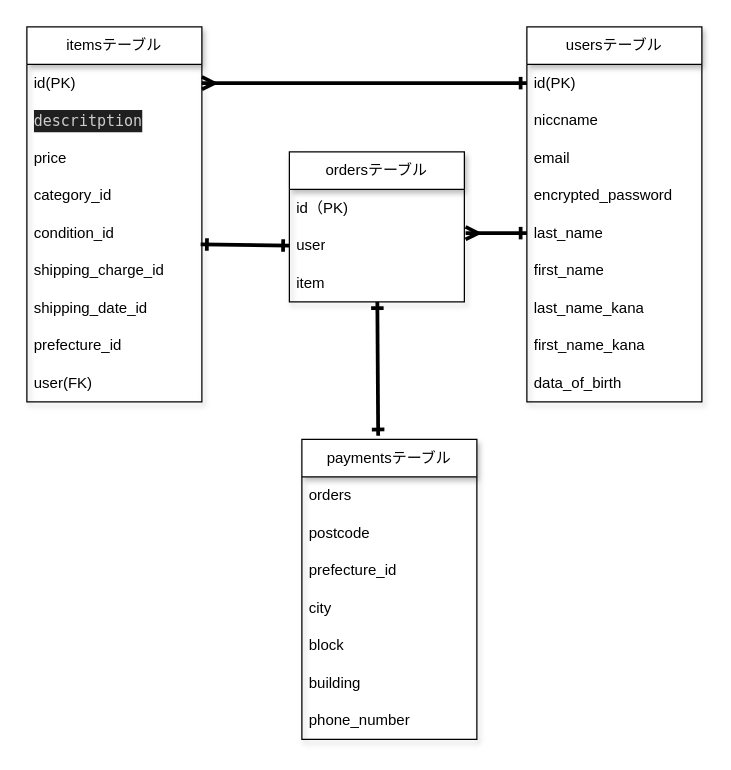
Above: .dio in katsu-3a/furima-39471 (draw.io), before the change. Source tidied: cells renumbered, new cells numbered last; positions are measured from the earlier drawing's top-left corner, leaving out a move shared by most shapes. Both pictures are drawn from the tidied source at 125%, with x=0, y=0 at pixel (26, 26).
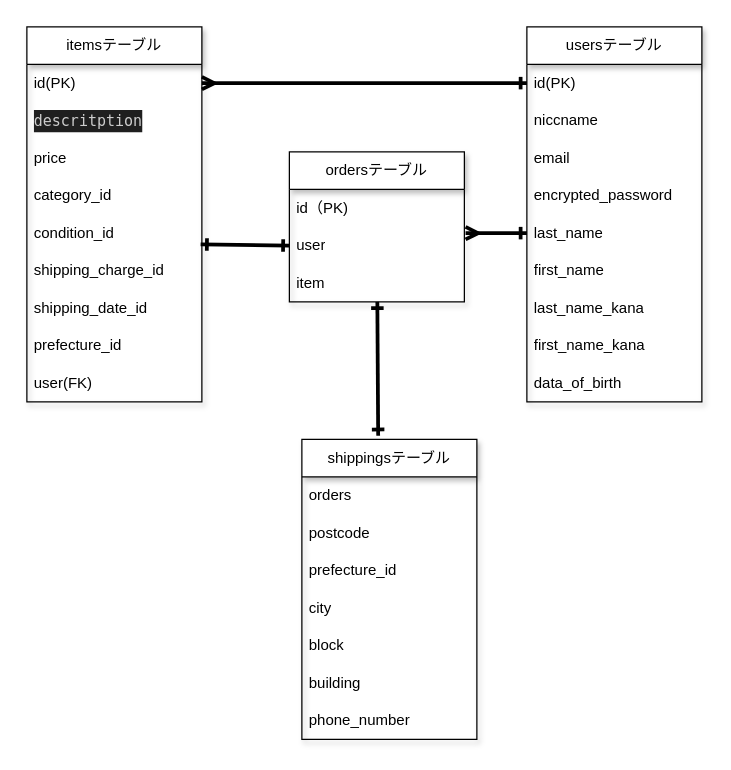
Above is the later version.

What changed in the source:
```diff
@@
-    <mxCell id="27" value="paymentsテーブル" style="swimlane;fontStyle=0;horizontal=1;startSize=30;whiteSpace=wrap;html=1;shadow=1;" parent="1" vertex="1">
+    <mxCell id="27" value="shippingsテーブル" style="swimlane;fontStyle=0;horizontal=1;startSize=30;whiteSpace=wrap;html=1;shadow=1;" parent="1" vertex="1">
       <mxGeometry x="220" y="330" width="140" height="240" as="geometry" />
     </mxCell>
```
